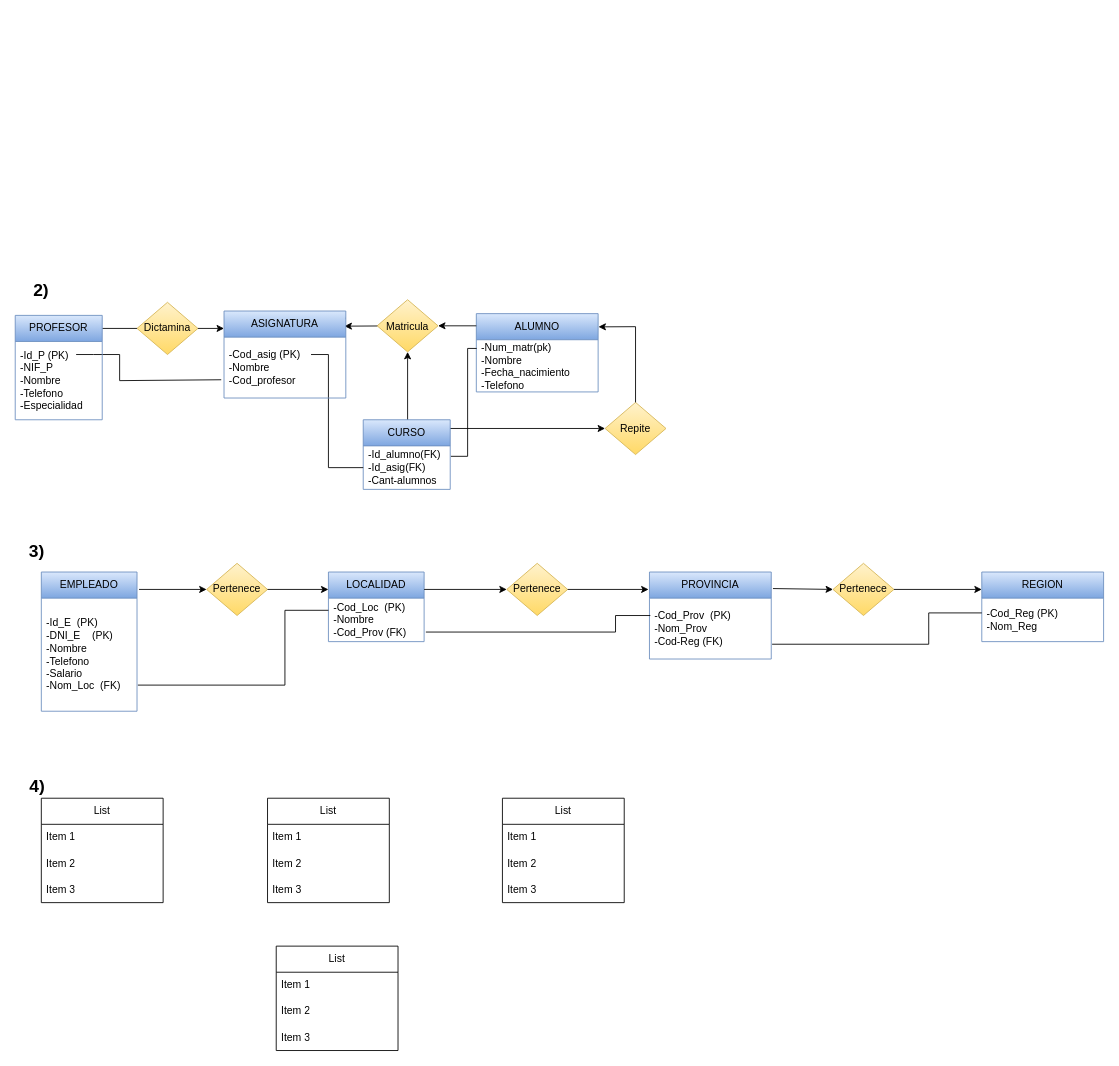
Above: Diagrama sin título.drawio in NahuelLV/Base-de-Datos (draw.io), before the change. Source tidied: cells renumbered, new cells numbered last; positions are measured from the earlier drawing's top-left corner, leaving out a move shared by most shapes. Both pictures are drawn from the tidied source at 87%, with x=0, y=0 at pixel (15, 276).
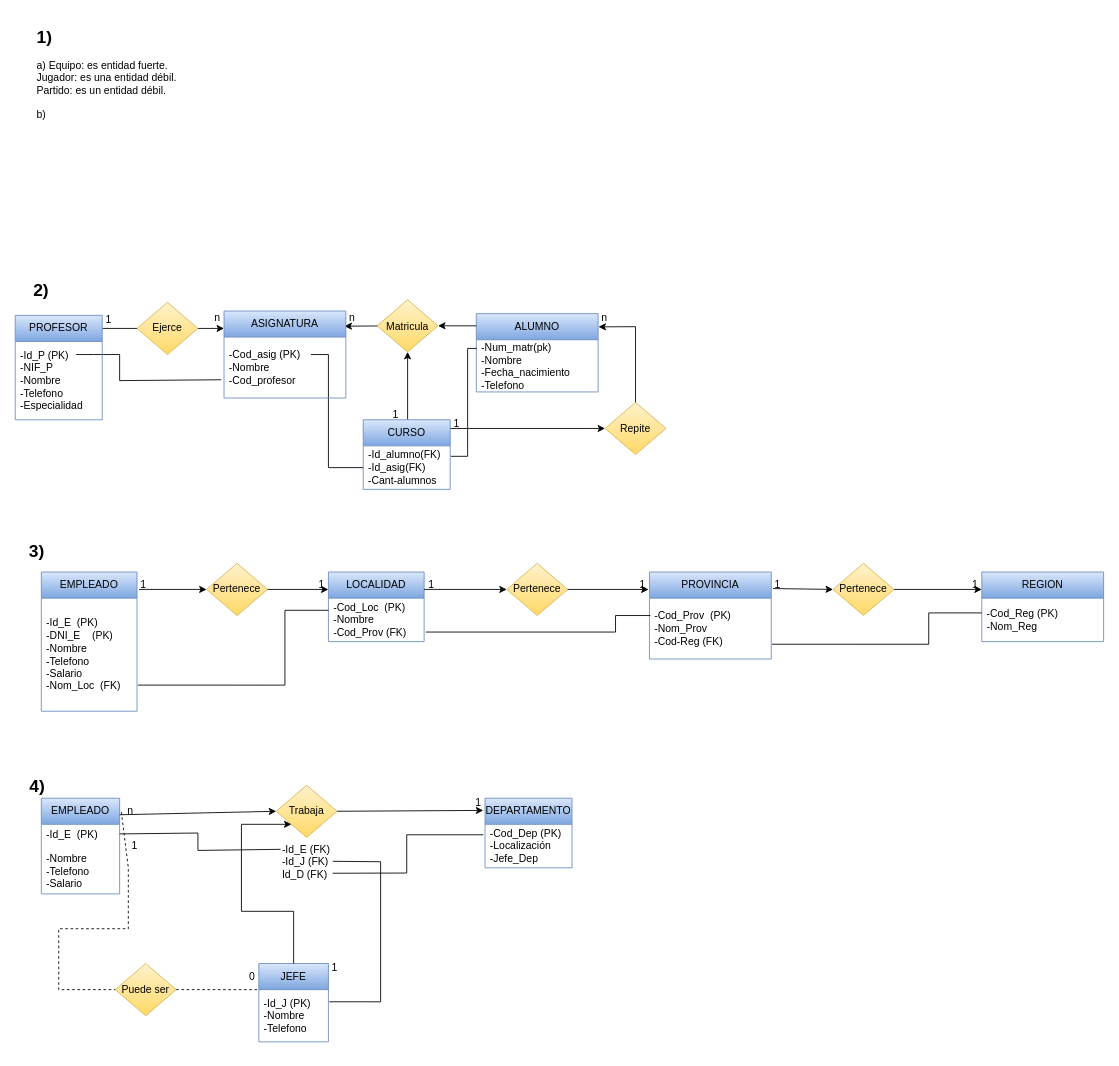
Above is the later version.

The edit, as a diff of the source:
```diff
@@
-    <mxCell id="6" value="Dictamina" style="text;html=1;strokeColor=none;fillColor=none;align=center;verticalAlign=middle;whiteSpace=wrap;rounded=0;" parent="1" vertex="1">
+    <mxCell id="6" value="Ejerce" style="text;html=1;strokeColor=none;fillColor=none;align=center;verticalAlign=middle;whiteSpace=wrap;rounded=0;" parent="1" vertex="1">
       <mxGeometry x="145" y="45" width="60" height="30" as="geometry" />
     </mxCell>
@@
-    <mxCell id="50" value="List" style="swimlane;fontStyle=0;horizontal=1;startSize=30;whiteSpace=wrap;html=1;" parent="1" vertex="1">
-      <mxGeometry x="30" y="600" width="140" height="120" as="geometry" />
-    </mxCell>
-    <mxCell id="51" value="Item 1" style="text;strokeColor=none;fillColor=none;align=left;verticalAlign=middle;spacingLeft=4;spacingRight=4;overflow=hidden;whiteSpace=wrap;html=1;" parent="50" vertex="1">
-      <mxGeometry y="30" width="140" height="30" as="geometry" />
-    </mxCell>
-    <mxCell id="52" value="Item 2" style="text;strokeColor=none;fillColor=none;align=left;verticalAlign=middle;spacingLeft=4;spacingRight=4;overflow=hidden;whiteSpace=wrap;html=1;" parent="50" vertex="1">
-      <mxGeometry y="60" width="140" height="30" as="geometry" />
-    </mxCell>
-    <mxCell id="53" value="Item 3" style="text;strokeColor=none;fillColor=none;align=left;verticalAlign=middle;spacingLeft=4;spacingRight=4;overflow=hidden;whiteSpace=wrap;html=1;" parent="50" vertex="1">
-      <mxGeometry y="90" width="140" height="30" as="geometry" />
-    </mxCell>
-    <mxCell id="54" value="List" style="swimlane;fontStyle=0;horizontal=1;startSize=30;whiteSpace=wrap;html=1;" parent="1" vertex="1">
-      <mxGeometry x="300" y="770" width="140" height="120" as="geometry" />
-    </mxCell>
-    <mxCell id="55" value="Item 1" style="text;strokeColor=none;fillColor=none;align=left;verticalAlign=middle;spacingLeft=4;spacingRight=4;overflow=hidden;whiteSpace=wrap;html=1;" parent="54" vertex="1">
-      <mxGeometry y="30" width="140" height="30" as="geometry" />
-    </mxCell>
-    <mxCell id="56" value="Item 2" style="text;strokeColor=none;fillColor=none;align=left;verticalAlign=middle;spacingLeft=4;spacingRight=4;overflow=hidden;whiteSpace=wrap;html=1;" parent="54" vertex="1">
-      <mxGeometry y="60" width="140" height="30" as="geometry" />
-    </mxCell>
-    <mxCell id="57" value="Item 3" style="text;strokeColor=none;fillColor=none;align=left;verticalAlign=middle;spacingLeft=4;spacingRight=4;overflow=hidden;whiteSpace=wrap;html=1;" parent="54" vertex="1">
-      <mxGeometry y="90" width="140" height="30" as="geometry" />
-    </mxCell>
-    <mxCell id="58" value="List" style="swimlane;fontStyle=0;horizontal=1;startSize=30;whiteSpace=wrap;html=1;" parent="1" vertex="1">
-      <mxGeometry x="560" y="600" width="140" height="120" as="geometry" />
-    </mxCell>
-    <mxCell id="59" value="Item 1" style="text;strokeColor=none;fillColor=none;align=left;verticalAlign=middle;spacingLeft=4;spacingRight=4;overflow=hidden;whiteSpace=wrap;html=1;" parent="58" vertex="1">
-      <mxGeometry y="30" width="140" height="30" as="geometry" />
-    </mxCell>
-    <mxCell id="60" value="Item 2" style="text;strokeColor=none;fillColor=none;align=left;verticalAlign=middle;spacingLeft=4;spacingRight=4;overflow=hidden;whiteSpace=wrap;html=1;" parent="58" vertex="1">
-      <mxGeometry y="60" width="140" height="30" as="geometry" />
-    </mxCell>
-    <mxCell id="61" value="Item 3" style="text;strokeColor=none;fillColor=none;align=left;verticalAlign=middle;spacingLeft=4;spacingRight=4;overflow=hidden;whiteSpace=wrap;html=1;" parent="58" vertex="1">
-      <mxGeometry y="90" width="140" height="30" as="geometry" />
-    </mxCell>
-    <mxCell id="62" value="List" style="swimlane;fontStyle=0;horizontal=1;startSize=30;whiteSpace=wrap;html=1;" parent="1" vertex="1">
-      <mxGeometry x="290" y="600" width="140" height="120" as="geometry" />
-    </mxCell>
-    <mxCell id="63" value="Item 1" style="text;strokeColor=none;fillColor=none;align=left;verticalAlign=middle;spacingLeft=4;spacingRight=4;overflow=hidden;whiteSpace=wrap;html=1;" parent="62" vertex="1">
-      <mxGeometry y="30" width="140" height="30" as="geometry" />
-    </mxCell>
-    <mxCell id="64" value="Item 2" style="text;strokeColor=none;fillColor=none;align=left;verticalAlign=middle;spacingLeft=4;spacingRight=4;overflow=hidden;whiteSpace=wrap;html=1;" parent="62" vertex="1">
-      <mxGeometry y="60" width="140" height="30" as="geometry" />
-    </mxCell>
-    <mxCell id="65" value="Item 3" style="text;strokeColor=none;fillColor=none;align=left;verticalAlign=middle;spacingLeft=4;spacingRight=4;overflow=hidden;whiteSpace=wrap;html=1;" parent="62" vertex="1">
-      <mxGeometry y="90" width="140" height="30" as="geometry" />
-    </mxCell>
+    <mxCell id="66" value="1" style="text;html=1;strokeColor=none;fillColor=none;align=center;verticalAlign=middle;whiteSpace=wrap;rounded=0;" parent="1" vertex="1">
+      <mxGeometry x="140" y="350" width="15" height="10" as="geometry" />
+    </mxCell>
+    <mxCell id="67" value="1" style="text;html=1;strokeColor=none;fillColor=none;align=center;verticalAlign=middle;whiteSpace=wrap;rounded=0;" parent="1" vertex="1">
+      <mxGeometry x="345" y="350" width="15" height="10" as="geometry" />
+    </mxCell>
+    <mxCell id="68" value="1" style="text;html=1;strokeColor=none;fillColor=none;align=center;verticalAlign=middle;whiteSpace=wrap;rounded=0;" parent="1" vertex="1">
+      <mxGeometry x="714" y="350" width="15" height="10" as="geometry" />
+    </mxCell>
+    <mxCell id="69" value="1" style="text;html=1;strokeColor=none;fillColor=none;align=center;verticalAlign=middle;whiteSpace=wrap;rounded=0;" parent="1" vertex="1">
+      <mxGeometry x="471" y="350" width="15" height="10" as="geometry" />
+    </mxCell>
+    <mxCell id="70" value="1" style="text;html=1;strokeColor=none;fillColor=none;align=center;verticalAlign=middle;whiteSpace=wrap;rounded=0;" parent="1" vertex="1">
+      <mxGeometry x="869" y="350" width="15" height="10" as="geometry" />
+    </mxCell>
+    <mxCell id="71" value="1" style="text;html=1;strokeColor=none;fillColor=none;align=center;verticalAlign=middle;whiteSpace=wrap;rounded=0;" parent="1" vertex="1">
+      <mxGeometry x="1096" y="350" width="15" height="10" as="geometry" />
+    </mxCell>
+    <mxCell id="72" value="1" style="text;html=1;strokeColor=none;fillColor=none;align=center;verticalAlign=middle;whiteSpace=wrap;rounded=0;" parent="1" vertex="1">
+      <mxGeometry x="100" y="45" width="15" height="10" as="geometry" />
+    </mxCell>
+    <mxCell id="73" value="n" style="text;html=1;strokeColor=none;fillColor=none;align=center;verticalAlign=middle;whiteSpace=wrap;rounded=0;" parent="1" vertex="1">
+      <mxGeometry x="225" y="43" width="15" height="10" as="geometry" />
+    </mxCell>
+    <mxCell id="74" value="n" style="text;html=1;strokeColor=none;fillColor=none;align=center;verticalAlign=middle;whiteSpace=wrap;rounded=0;" parent="1" vertex="1">
+      <mxGeometry x="380" y="43" width="15" height="10" as="geometry" />
+    </mxCell>
+    <mxCell id="75" value="1" style="text;html=1;strokeColor=none;fillColor=none;align=center;verticalAlign=middle;whiteSpace=wrap;rounded=0;" parent="1" vertex="1">
+      <mxGeometry x="500" y="165" width="15" height="10" as="geometry" />
+    </mxCell>
+    <mxCell id="76" value="n" style="text;html=1;strokeColor=none;fillColor=none;align=center;verticalAlign=middle;whiteSpace=wrap;rounded=0;" parent="1" vertex="1">
+      <mxGeometry x="670" y="43" width="15" height="10" as="geometry" />
+    </mxCell>
+    <mxCell id="77" value="1" style="text;html=1;strokeColor=none;fillColor=none;align=center;verticalAlign=middle;whiteSpace=wrap;rounded=0;" parent="1" vertex="1">
+      <mxGeometry x="430" y="155" width="15" height="10" as="geometry" />
+    </mxCell>
+    <mxCell id="78" value="EMPLEADO" style="swimlane;fontStyle=0;horizontal=1;startSize=30;whiteSpace=wrap;html=1;fillColor=#dae8fc;gradientColor=#7ea6e0;strokeColor=#6c8ebf;" parent="1" vertex="1">
+      <mxGeometry x="30" y="600" width="90" height="110" as="geometry" />
+    </mxCell>
+    <mxCell id="79" value="-Id_E&amp;nbsp; (PK)&lt;br&gt;&lt;br&gt;-Nombre&lt;br&gt;-Telefono&lt;br&gt;-Salario" style="text;strokeColor=none;fillColor=none;align=left;verticalAlign=middle;spacingLeft=4;spacingRight=4;overflow=hidden;points=[[0,0.5],[1,0.5]];portConstraint=eastwest;whiteSpace=wrap;html=1;" parent="78" vertex="1">
+      <mxGeometry y="30" width="90" height="80" as="geometry" />
+    </mxCell>
+    <mxCell id="80" value="n" style="text;html=1;strokeColor=none;fillColor=none;align=center;verticalAlign=middle;whiteSpace=wrap;rounded=0;" parent="1" vertex="1">
+      <mxGeometry x="125" y="610" width="15" height="10" as="geometry" />
+    </mxCell>
+    <mxCell id="81" value="JEFE" style="swimlane;fontStyle=0;horizontal=1;startSize=30;whiteSpace=wrap;html=1;fillColor=#dae8fc;gradientColor=#7ea6e0;strokeColor=#6c8ebf;" parent="1" vertex="1">
+      <mxGeometry x="280" y="790" width="80" height="90" as="geometry" />
+    </mxCell>
+    <mxCell id="82" value="-Id_J (PK)&lt;br&gt;-Nombre&lt;br&gt;-Telefono&lt;br&gt;" style="text;strokeColor=none;fillColor=none;align=left;verticalAlign=middle;spacingLeft=4;spacingRight=4;overflow=hidden;points=[[0,0.5],[1,0.5]];portConstraint=eastwest;whiteSpace=wrap;html=1;" parent="81" vertex="1">
+      <mxGeometry y="30" width="80" height="60" as="geometry" />
+    </mxCell>
+    <mxCell id="83" value="1" style="text;html=1;strokeColor=none;fillColor=none;align=center;verticalAlign=middle;whiteSpace=wrap;rounded=0;" parent="1" vertex="1">
+      <mxGeometry x="130" y="650" width="15" height="10" as="geometry" />
+    </mxCell>
+    <mxCell id="84" value="DEPARTAMENTO" style="swimlane;fontStyle=0;horizontal=1;startSize=30;whiteSpace=wrap;html=1;fillColor=#dae8fc;gradientColor=#7ea6e0;strokeColor=#6c8ebf;" parent="1" vertex="1">
+      <mxGeometry x="540" y="600" width="100" height="80" as="geometry" />
+    </mxCell>
+    <mxCell id="85" value="-Cod_Dep (PK)&lt;br&gt;-Localización&lt;br&gt;-Jefe_Dep&amp;nbsp;" style="text;strokeColor=none;fillColor=none;align=left;verticalAlign=middle;spacingLeft=4;spacingRight=4;overflow=hidden;points=[[0,0.5],[1,0.5]];portConstraint=eastwest;whiteSpace=wrap;html=1;" parent="84" vertex="1">
+      <mxGeometry y="30" width="100" height="50" as="geometry" />
+    </mxCell>
+    <mxCell id="86" value="Trabaja" style="rhombus;whiteSpace=wrap;html=1;fillColor=#fff2cc;gradientColor=#ffd966;strokeColor=#d6b656;" parent="1" vertex="1">
+      <mxGeometry x="300" y="585" width="70" height="60" as="geometry" />
+    </mxCell>
+    <mxCell id="87" value="Puede ser" style="rhombus;whiteSpace=wrap;html=1;fillColor=#fff2cc;gradientColor=#ffd966;strokeColor=#d6b656;" parent="1" vertex="1">
+      <mxGeometry x="115" y="790" width="70" height="60" as="geometry" />
+    </mxCell>
+    <mxCell id="88" value="1" style="text;html=1;strokeColor=none;fillColor=none;align=center;verticalAlign=middle;whiteSpace=wrap;rounded=0;" parent="1" vertex="1">
+      <mxGeometry x="360" y="790" width="15" height="10" as="geometry" />
+    </mxCell>
+    <mxCell id="89" value="0" style="text;html=1;strokeColor=none;fillColor=none;align=center;verticalAlign=middle;whiteSpace=wrap;rounded=0;" parent="1" vertex="1">
+      <mxGeometry x="265" y="800" width="15" height="10" as="geometry" />
+    </mxCell>
+    <mxCell id="90" style="endArrow=none;dashed=1;html=1;rounded=0;exitX=1.022;exitY=0.145;exitDx=0;exitDy=0;exitPerimeter=0;entryX=0;entryY=0.5;entryDx=0;entryDy=0;" parent="1" edge="1" source="78" target="87">
+      <mxGeometry relative="1" as="geometry">
+        <Array as="points">
+          <mxPoint x="130" y="680" />
+          <mxPoint x="130" y="750" />
+          <mxPoint x="50" y="750" />
+          <mxPoint x="50" y="820" />
+        </Array>
+      </mxGeometry>
+    </mxCell>
+    <mxCell id="91" style="endArrow=classic;html=1;rounded=0;exitX=1;exitY=0.173;exitDx=0;exitDy=0;exitPerimeter=0;entryX=0;entryY=0.5;entryDx=0;entryDy=0;" parent="1" edge="1" source="78" target="86">
+      <mxGeometry relative="1" as="geometry" />
+    </mxCell>
+    <mxCell id="92" value="-Id_E (FK)&lt;br&gt;-Id_J (FK)&lt;br&gt;Id_D (FK)" style="text;html=1;strokeColor=none;fillColor=none;align=left;verticalAlign=middle;whiteSpace=wrap;rounded=0;" parent="1" vertex="1">
+      <mxGeometry x="305" y="645" width="60" height="55" as="geometry" />
+    </mxCell>
+    <mxCell id="93" style="endArrow=none;dashed=1;html=1;rounded=0;exitX=1;exitY=0.5;exitDx=0;exitDy=0;" parent="1" edge="1" source="87">
+      <mxGeometry relative="1" as="geometry">
+        <mxPoint x="280" y="820" as="targetPoint" />
+      </mxGeometry>
+    </mxCell>
+    <mxCell id="94" style="endArrow=classic;html=1;rounded=0;exitX=0.5;exitY=0;exitDx=0;exitDy=0;entryX=0;entryY=1;entryDx=0;entryDy=0;" parent="1" edge="1" source="81" target="86">
+      <mxGeometry relative="1" as="geometry">
+        <Array as="points">
+          <mxPoint x="320" y="730" />
+          <mxPoint x="260" y="730" />
+          <mxPoint x="260" y="630" />
+        </Array>
+      </mxGeometry>
+    </mxCell>
+    <mxCell id="95" style="endArrow=classic;html=1;rounded=0;entryX=-0.02;entryY=0.175;entryDx=0;entryDy=0;entryPerimeter=0;exitX=1;exitY=0.5;exitDx=0;exitDy=0;" parent="1" edge="1" source="86" target="84">
+      <mxGeometry relative="1" as="geometry" />
+    </mxCell>
+    <mxCell id="96" value="1" style="text;html=1;strokeColor=none;fillColor=none;align=center;verticalAlign=middle;whiteSpace=wrap;rounded=0;" parent="1" vertex="1">
+      <mxGeometry x="525" y="600" width="15" height="10" as="geometry" />
+    </mxCell>
+    <mxCell id="97" style="endArrow=none;html=1;rounded=0;exitX=1;exitY=0.138;exitDx=0;exitDy=0;exitPerimeter=0;entryX=0;entryY=0.25;entryDx=0;entryDy=0;" parent="1" edge="1" source="79" target="92">
+      <mxGeometry relative="1" as="geometry">
+        <Array as="points">
+          <mxPoint x="210" y="640" />
+          <mxPoint x="210" y="660" />
+        </Array>
+      </mxGeometry>
+    </mxCell>
+    <mxCell id="98" style="endArrow=none;html=1;rounded=0;exitX=1.013;exitY=0.233;exitDx=0;exitDy=0;exitPerimeter=0;entryX=1;entryY=0.5;entryDx=0;entryDy=0;" parent="1" edge="1" source="82" target="92">
+      <mxGeometry relative="1" as="geometry">
+        <Array as="points">
+          <mxPoint x="420" y="834" />
+          <mxPoint x="420" y="673" />
+        </Array>
+      </mxGeometry>
+    </mxCell>
+    <mxCell id="99" style="endArrow=none;html=1;rounded=0;entryX=-0.02;entryY=0.24;entryDx=0;entryDy=0;entryPerimeter=0;exitX=1;exitY=0.75;exitDx=0;exitDy=0;" parent="1" edge="1" source="92" target="85">
+      <mxGeometry relative="1" as="geometry">
+        <Array as="points">
+          <mxPoint x="450" y="686" />
+          <mxPoint x="450" y="642" />
+        </Array>
+      </mxGeometry>
+    </mxCell>
+    <mxCell id="100" value="&lt;h1 style=&quot;font-size: 20px;&quot;&gt;1)&lt;/h1&gt;&lt;div&gt;a) Equipo: es entidad fuerte.&lt;/div&gt;&lt;div&gt;Jugador: es una entidad débil.&lt;/div&gt;&lt;div&gt;Partido: es un entidad débil.&amp;nbsp;&lt;/div&gt;&lt;div&gt;&lt;br&gt;&lt;/div&gt;&lt;div&gt;b)&amp;nbsp;&lt;/div&gt;" style="text;html=1;strokeColor=none;fillColor=none;spacing=5;spacingTop=-20;whiteSpace=wrap;overflow=hidden;rounded=0;" parent="1" vertex="1">
+      <mxGeometry x="20" y="-290" width="595" height="120" as="geometry" />
+    </mxCell>
```
